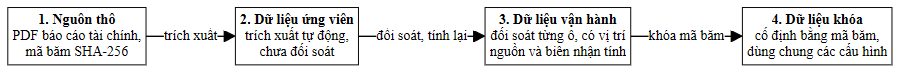
Above: docs/thesis-v2/figures/hinh-3-2-pipeline-du-lieu.png in thaicuong576/final-thesis (Mermaid), before the change. Its source is kept beside it as docs/thesis-v2/figures/hinh-3-2-pipeline-du-lieu.mmd.
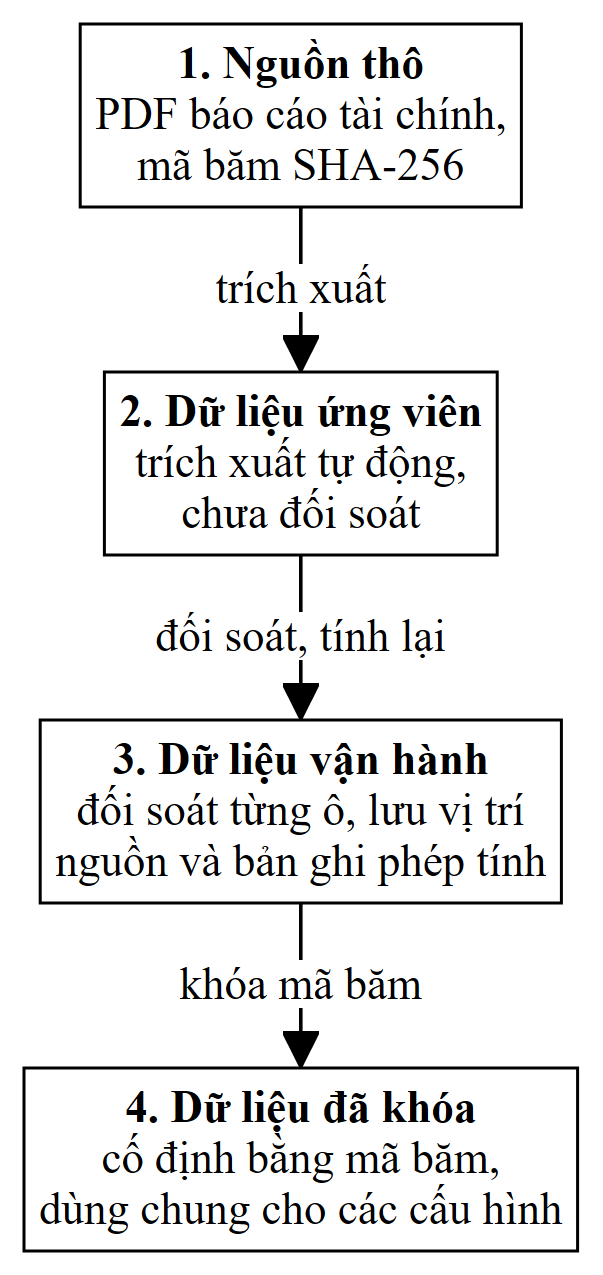
After the change.

The edit, as a diff of the source:
```diff
@@ -1,8 +1,8 @@
-flowchart LR
+flowchart TB
     Raw["<b>1. Nguồn thô</b><br/>PDF báo cáo tài chính,<br/>mã băm SHA-256"]
     Candidate["<b>2. Dữ liệu ứng viên</b><br/>trích xuất tự động,<br/>chưa đối soát"]
-    Operational["<b>3. Dữ liệu vận hành</b><br/>đối soát từng ô, có vị trí<br/>nguồn và biên nhận tính"]
-    Locked["<b>4. Dữ liệu khóa</b><br/>cố định bằng mã băm,<br/>dùng chung các cấu hình"]
+    Operational["<b>3. Dữ liệu vận hành</b><br/>đối soát từng ô, lưu vị trí<br/>nguồn và bản ghi phép tính"]
+    Locked["<b>4. Dữ liệu đã khóa</b><br/>cố định bằng mã băm,<br/>dùng chung cho các cấu hình"]
     Raw -->|"trích xuất"| Candidate
     Candidate -->|"đối soát, tính lại"| Operational
     Operational -->|"khóa mã băm"| Locked
```
